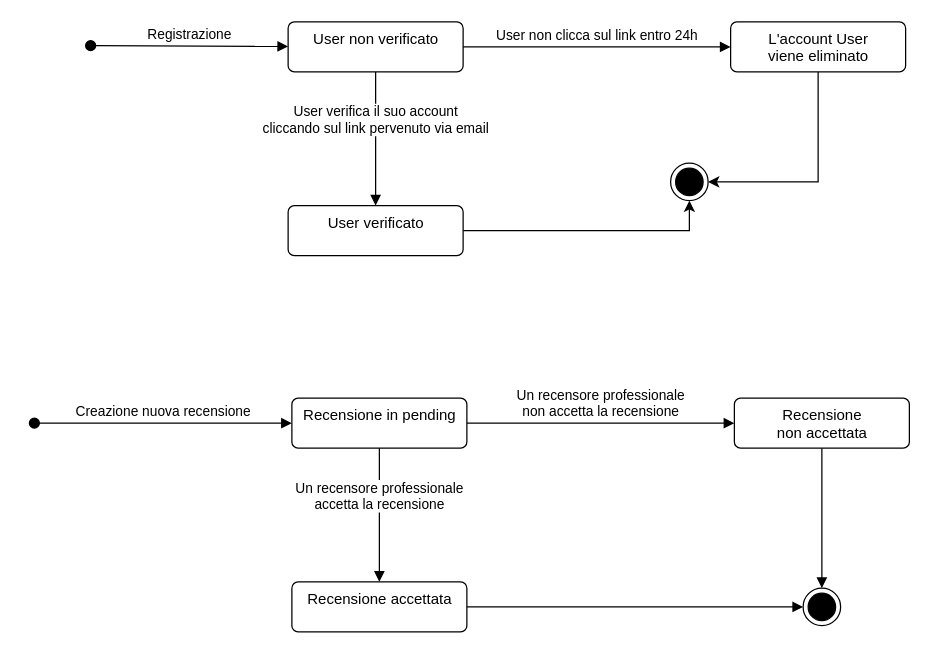
alfonsograziano/Progetto-IS-FIA keeps this draw.io diagram as doc/diagrams/state diagram.drawio. Above is the earlier version. Source tidied: cells renumbered, new cells numbered last; positions are measured from the earlier drawing's top-left corner, leaving out a move shared by most shapes. Both pictures are drawn from the tidied source at 125%, with x=0, y=0 at pixel (34, 21).
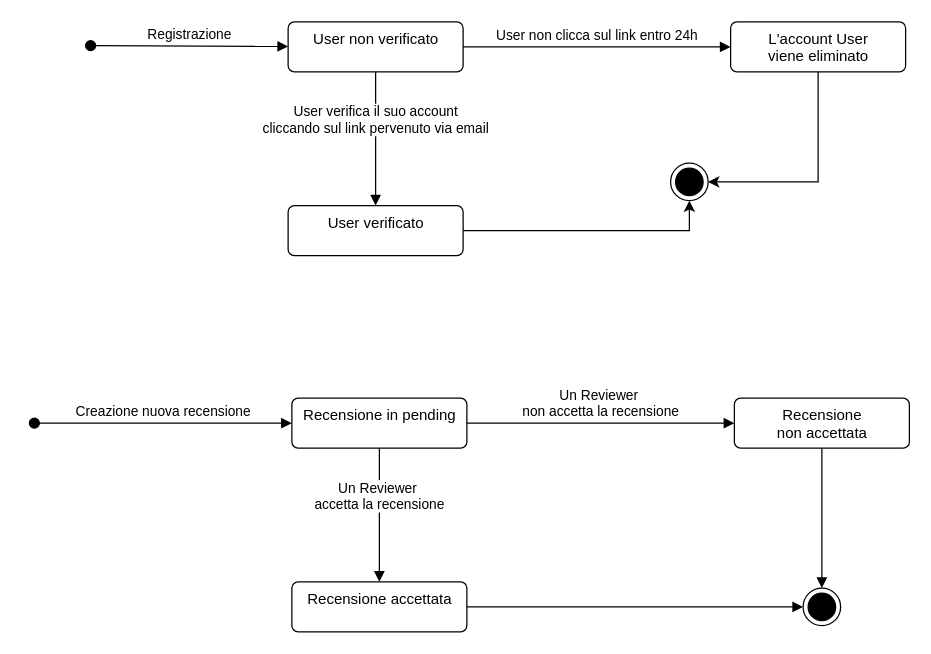
Above is the later version.

The change refers to these unchanged cells:
```xml
<mxCell id="12" value="Recensione in pending" style="html=1;align=center;verticalAlign=top;rounded=1;absoluteArcSize=1;arcSize=10;dashed=0;" parent="1" vertex="1">
  <mxGeometry x="206" y="301" width="140" height="40" as="geometry" />
</mxCell>
<mxCell id="14" value="Recensione accettata" style="html=1;align=center;verticalAlign=top;rounded=1;absoluteArcSize=1;arcSize=10;dashed=0;" parent="1" vertex="1">
  <mxGeometry x="206" y="448" width="140" height="40" as="geometry" />
</mxCell>
<mxCell id="15" value="Recensione &lt;br&gt;non accettata" style="html=1;align=center;verticalAlign=top;rounded=1;absoluteArcSize=1;arcSize=10;dashed=0;" parent="1" vertex="1">
  <mxGeometry x="560" y="301" width="140" height="40" as="geometry" />
</mxCell>
```

The edit, as a diff of the source:
```diff
@@
-    <mxCell id="13" value="Un recensore professionale &lt;br&gt;accetta la recensione" style="html=1;verticalAlign=bottom;endArrow=block;entryX=0.5;entryY=0;entryDx=0;entryDy=0;" parent="1" edge="1" source="12" target="14">
+    <mxCell id="13" value="Un Reviewer&amp;nbsp;&lt;br&gt;accetta la recensione" style="html=1;verticalAlign=bottom;endArrow=block;entryX=0.5;entryY=0;entryDx=0;entryDy=0;" parent="1" edge="1" source="12" target="14">
       <mxGeometry relative="1" as="geometry" />
     </mxCell>
@@
-    <mxCell id="17" value="Un recensore professionale &lt;br&gt;non accetta la recensione" style="html=1;verticalAlign=bottom;endArrow=block;" parent="1" edge="1" source="12" target="15">
+    <mxCell id="17" value="Un Reviewer&amp;nbsp;&lt;br&gt;non accetta la recensione" style="html=1;verticalAlign=bottom;endArrow=block;" parent="1" edge="1" source="12" target="15">
       <mxGeometry relative="1" as="geometry" />
     </mxCell>
```
